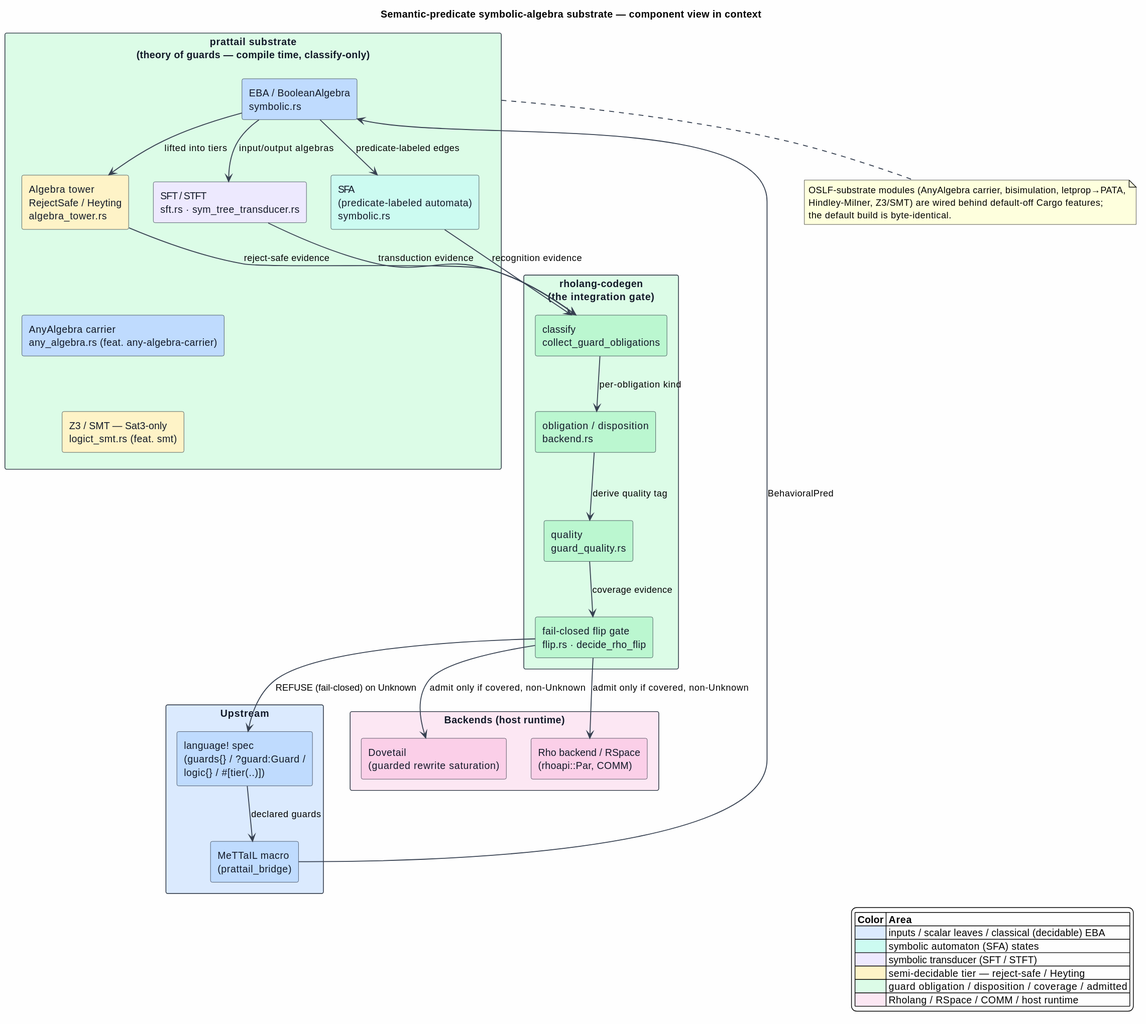
Above: docs/architecture/semantic-predicates/figures/README.svg in F1R3FLY-io/mettail-rust (PlantUML), before the change.
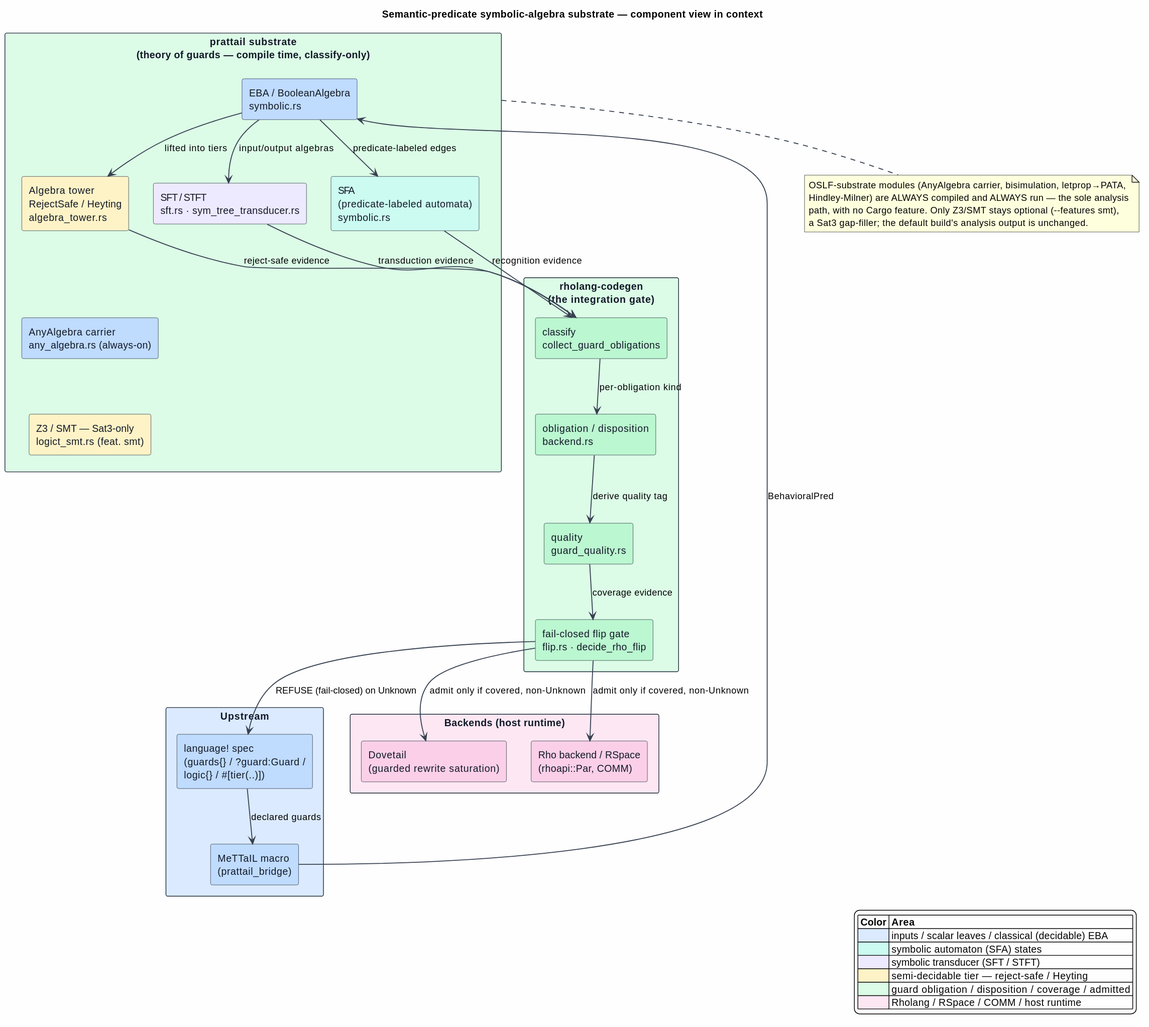
Above is the later version.

Change to the diagram source:
```diff
@@ -25,7 +25,7 @@
   component "SFA\n(predicate-labeled automata)\nsymbolic.rs" as SFA #CCFBF1
   component "SFT / STFT\nsft.rs · sym_tree_transducer.rs" as SFT #EDE9FE
   component "Algebra tower\nRejectSafe / Heyting\nalgebra_tower.rs" as Tower #FEF3C7
-  component "AnyAlgebra carrier\nany_algebra.rs (feat. any-algebra-carrier)" as Carrier #BFDBFE
+  component "AnyAlgebra carrier\nany_algebra.rs (always-on)" as Carrier #BFDBFE
   component "Z3 / SMT — Sat3-only\nlogict_smt.rs (feat. smt)" as Z3 #FEF3C7
 }
 
@@ -61,8 +61,9 @@
 
 note bottom of Sub
   OSLF-substrate modules (AnyAlgebra carrier, bisimulation, letprop→PATA,
-  Hindley-Milner, Z3/SMT) are wired behind default-off Cargo features;
-  the default build is byte-identical.
+  Hindley-Milner) are ALWAYS compiled and ALWAYS run — the sole analysis
+  path, with no Cargo feature. Only Z3/SMT stays optional (--features smt),
+  a Sat3 gap-filler; the default build's analysis output is unchanged.
 end note
 
 legend right
```
